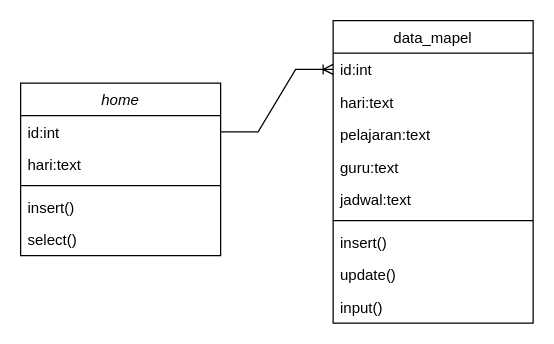
The draw.io diagram classdiagrammapel.drawio in Yogisaerulrizki2006/Mapel-digital, before the edit. Source tidied: cells renumbered, new cells numbered last; positions are measured from the earlier drawing's top-left corner, leaving out a move shared by most shapes. Both pictures are drawn from the tidied source at 125%, with x=0, y=0 at pixel (20, 20).
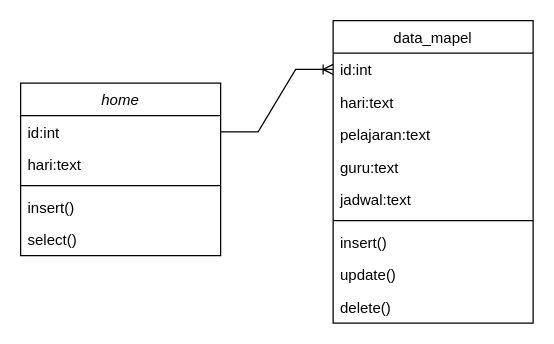
The same diagram, later.

Diff of the diagram source:
```diff
@@
 <mxGraphModel>
   <root>
     <mxCell id="0" />
     <mxCell id="1" parent="0" />
     <mxCell id="2" value="home" style="swimlane;fontStyle=2;align=center;verticalAlign=top;horizontal=1;startSize=26;rounded=0;shadow=0;strokeWidth=1;" parent="1" vertex="1">
       <mxGeometry y="50" width="160" height="138" as="geometry" />
     </mxCell>
     <mxCell id="3" value="id:int" style="text;align=left;verticalAlign=top;spacingLeft=4;spacingRight=4;overflow=hidden;points=[[0,0.5],[1,0.5]];portConstraint=eastwest;" parent="2" vertex="1">
       <mxGeometry y="26" width="160" height="26" as="geometry" />
     </mxCell>
     <mxCell id="4" value="hari:text" style="text;align=left;verticalAlign=top;spacingLeft=4;spacingRight=4;overflow=hidden;" parent="2" vertex="1">
       <mxGeometry y="52" width="160" height="26" as="geometry" />
     </mxCell>
     <mxCell id="5" style="line;html=1;strokeWidth=1;align=left;verticalAlign=middle;spacingTop=-1;spacingLeft=3;spacingRight=3;labelPosition=right;" parent="2" vertex="1">
       <mxGeometry y="78" width="160" height="8" as="geometry" />
     </mxCell>
     <mxCell id="6" value="insert()" style="text;align=left;verticalAlign=top;spacingLeft=4;spacingRight=4;overflow=hidden;" parent="2" vertex="1">
       <mxGeometry y="86" width="160" height="26" as="geometry" />
     </mxCell>
     <mxCell id="7" value="select()" style="text;align=left;verticalAlign=top;spacingLeft=4;spacingRight=4;overflow=hidden;" parent="2" vertex="1">
       <mxGeometry y="112" width="160" height="26" as="geometry" />
     </mxCell>
     <mxCell id="8" value="data_mapel" style="swimlane;fontStyle=0;align=center;verticalAlign=top;horizontal=1;startSize=26;rounded=0;shadow=0;strokeWidth=1;" parent="1" vertex="1">
       <mxGeometry x="250" width="160" height="242" as="geometry" />
     </mxCell>
     <mxCell id="9" value="id:int" style="text;align=left;verticalAlign=top;spacingLeft=4;spacingRight=4;overflow=hidden;points=[[0,0.5],[1,0.5]];portConstraint=eastwest;" parent="8" vertex="1">
       <mxGeometry y="26" width="160" height="26" as="geometry" />
     </mxCell>
     <mxCell id="10" value="hari:text" style="text;align=left;verticalAlign=top;spacingLeft=4;spacingRight=4;overflow=hidden;" parent="8" vertex="1">
       <mxGeometry y="52" width="160" height="26" as="geometry" />
     </mxCell>
     <mxCell id="11" value="pelajaran:text" style="text;align=left;verticalAlign=top;spacingLeft=4;spacingRight=4;overflow=hidden;rounded=0;shadow=0;html=0;" parent="8" vertex="1">
       <mxGeometry y="78" width="160" height="26" as="geometry" />
     </mxCell>
     <mxCell id="12" value="guru:text" style="text;align=left;verticalAlign=top;spacingLeft=4;spacingRight=4;overflow=hidden;rounded=0;shadow=0;html=0;" parent="8" vertex="1">
       <mxGeometry y="104" width="160" height="26" as="geometry" />
     </mxCell>
     <mxCell id="13" value="jadwal:text" style="text;align=left;verticalAlign=top;spacingLeft=4;spacingRight=4;overflow=hidden;rounded=0;shadow=0;html=0;" parent="8" vertex="1">
       <mxGeometry y="130" width="160" height="26" as="geometry" />
     </mxCell>
     <mxCell id="14" style="line;html=1;strokeWidth=1;align=left;verticalAlign=middle;spacingTop=-1;spacingLeft=3;spacingRight=3;labelPosition=right;" parent="8" vertex="1">
       <mxGeometry y="156" width="160" height="8" as="geometry" />
     </mxCell>
     <mxCell id="15" value="insert()" style="text;align=left;verticalAlign=top;spacingLeft=4;spacingRight=4;overflow=hidden;" parent="8" vertex="1">
       <mxGeometry y="164" width="160" height="26" as="geometry" />
     </mxCell>
     <mxCell id="16" value="update()" style="text;align=left;verticalAlign=top;spacingLeft=4;spacingRight=4;overflow=hidden;" parent="8" vertex="1">
       <mxGeometry y="190" width="160" height="26" as="geometry" />
     </mxCell>
-    <mxCell id="17" value="input()" style="text;align=left;verticalAlign=top;spacingLeft=4;spacingRight=4;overflow=hidden;" parent="8" vertex="1">
+    <mxCell id="17" value="delete()" style="text;align=left;verticalAlign=top;spacingLeft=4;spacingRight=4;overflow=hidden;" parent="8" vertex="1">
       <mxGeometry y="216" width="160" height="26" as="geometry" />
     </mxCell>
     <mxCell id="18" style="edgeStyle=entityRelationEdgeStyle;fontSize=12;html=1;endArrow=ERoneToMany;rounded=0;exitX=1;exitY=0.5;exitDx=0;exitDy=0;entryX=0;entryY=0.5;entryDx=0;entryDy=0;" parent="1" edge="1" source="3" target="9">
       <mxGeometry relative="1" as="geometry" />
     </mxCell>
   </root>
 </mxGraphModel>
```
